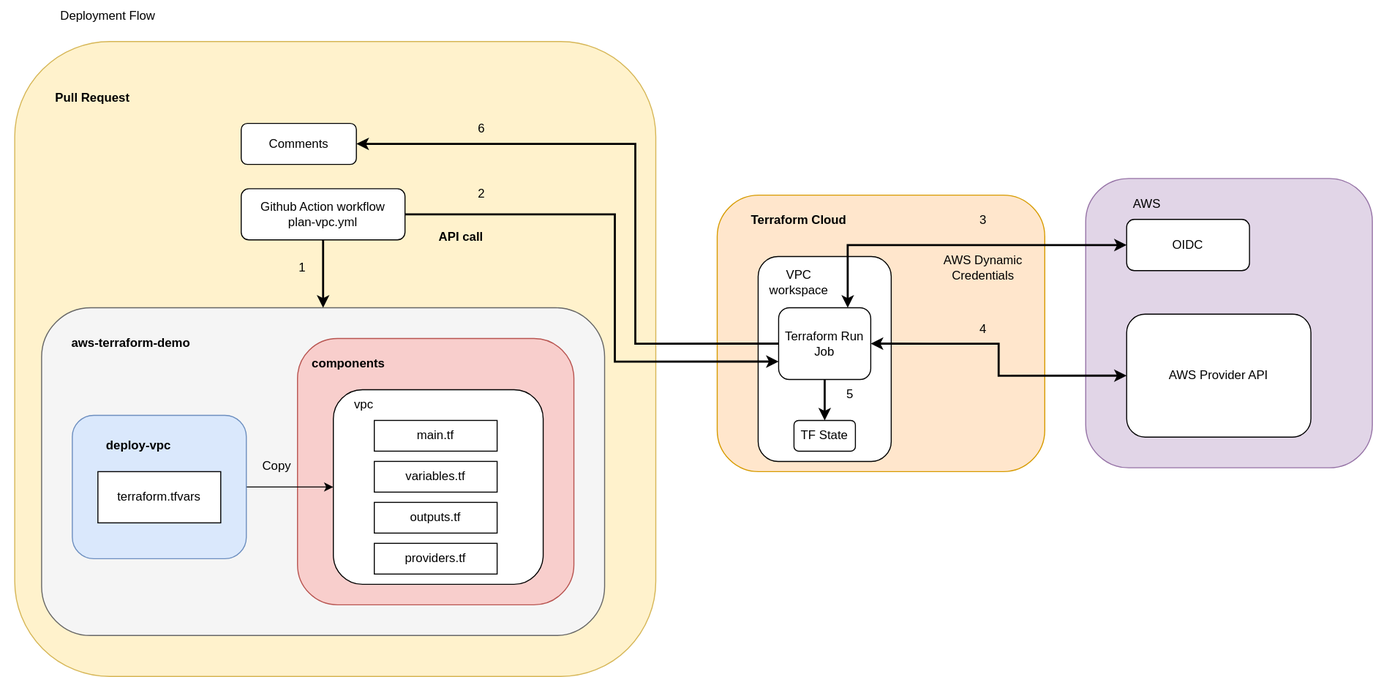
Above: diagrams/deployment_flow.svg in HanYangZhao/aws-terraform-demo (draw.io), before the change. Source tidied: cells renumbered, new cells last; positions are measured from the earlier drawing's top-left corner, leaving out a move shared by most shapes.
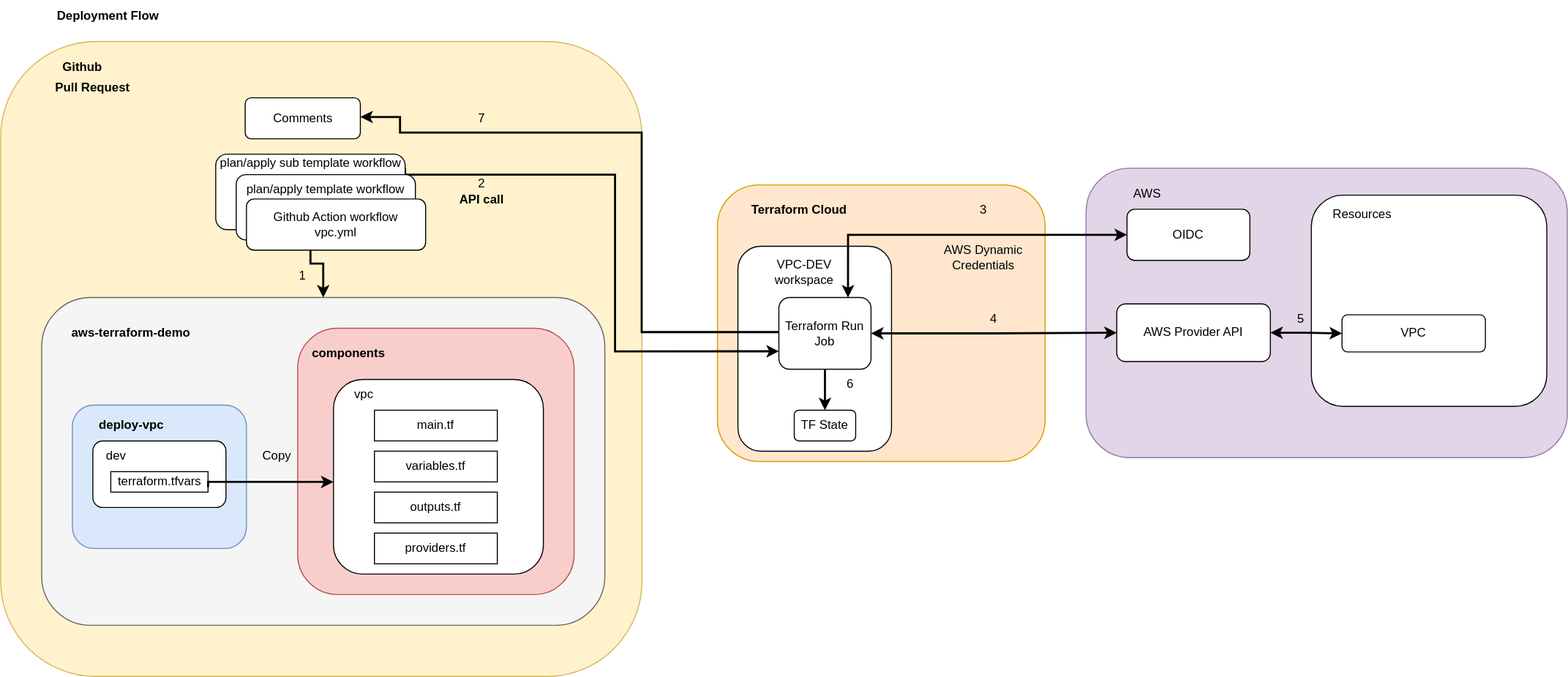
The same file after the commit.

Diff of the diagram source:
```diff
@@ -6,10 +6,10 @@
       <mxGeometry x="700" y="190" width="320" height="270" as="geometry" />
     </mxCell>
     <mxCell id="3" style="rounded=1;whiteSpace=wrap;html=1;fillColor=default;" parent="1" vertex="1">
-      <mxGeometry x="740" y="250" width="130" height="200" as="geometry" />
+      <mxGeometry x="720" y="250" width="150" height="200" as="geometry" />
     </mxCell>
     <mxCell id="4" style="rounded=1;whiteSpace=wrap;html=1;fillColor=#fff2cc;strokeColor=#d6b656;" parent="1" vertex="1">
-      <mxGeometry x="13.8" y="40" width="626.2" height="620" as="geometry" />
+      <mxGeometry y="50" width="626.2" height="620" as="geometry" />
     </mxCell>
     <mxCell id="5" style="rounded=1;whiteSpace=wrap;html=1;fillColor=#f5f5f5;fontColor=#333333;strokeColor=#666666;" parent="1" vertex="1">
       <mxGeometry x="40" y="300" width="550" height="320" as="geometry" />
@@ -17,12 +17,9 @@
     <mxCell id="6" style="rounded=1;whiteSpace=wrap;html=1;fillColor=#f8cecc;strokeColor=#b85450;" parent="1" vertex="1">
       <mxGeometry x="290" y="330" width="270" height="260" as="geometry" />
     </mxCell>
-    <mxCell id="7" value="Deployment Flow" style="text;html=1;strokeColor=none;fillColor=none;align=center;verticalAlign=middle;whiteSpace=wrap;rounded=0;" parent="1" vertex="1">
-      <mxGeometry width="210" height="30" as="geometry" />
+    <mxCell id="7" value="&lt;b&gt;Deployment Flow&lt;/b&gt;" style="text;html=1;strokeColor=none;fillColor=none;align=center;verticalAlign=middle;whiteSpace=wrap;rounded=0;" parent="1" vertex="1">
+      <mxGeometry y="10" width="210" height="30" as="geometry" />
     </mxCell>
-    <mxCell id="8" style="edgeStyle=orthogonalEdgeStyle;rounded=0;jettySize=auto;html=1;exitX=1;exitY=0.5;exitDx=0;exitDy=0;strokeWidth=1;" parent="1" edge="1" source="9" target="10">
-      <mxGeometry relative="1" as="geometry" />
-    </mxCell>
     <mxCell id="9" style="rounded=1;whiteSpace=wrap;html=1;fillColor=#dae8fc;strokeColor=#6c8ebf;" parent="1" vertex="1">
       <mxGeometry x="70" y="405" width="170" height="140" as="geometry" />
     </mxCell>
@@ -30,11 +27,8 @@
       <mxGeometry x="325" y="380" width="205" height="190" as="geometry" />
     </mxCell>
     <mxCell id="11" value="&lt;b&gt;deploy-vpc&lt;/b&gt;" style="text;html=1;strokeColor=none;fillColor=none;align=center;verticalAlign=middle;whiteSpace=wrap;rounded=0;" parent="1" vertex="1">
-      <mxGeometry x="90" y="420" width="90" height="30" as="geometry" />
+      <mxGeometry x="82.5" y="410" width="90" height="30" as="geometry" />
     </mxCell>
-    <mxCell id="12" value="&lt;div&gt;terraform.tfvars&lt;/div&gt;" style="rounded=0;whiteSpace=wrap;html=1;" parent="1" vertex="1">
-      <mxGeometry x="95" y="460" width="120" height="50" as="geometry" />
-    </mxCell>
     <mxCell id="13" style="edgeStyle=orthogonalEdgeStyle;rounded=0;orthogonalLoop=1;jettySize=auto;html=1;exitX=0.5;exitY=1;exitDx=0;exitDy=0;" parent="1" edge="1" source="9" target="9">
       <mxGeometry relative="1" as="geometry" />
     </mxCell>
@@ -65,22 +59,24 @@
     <mxCell id="22" style="edgeStyle=orthogonalEdgeStyle;rounded=0;jettySize=auto;html=1;exitX=0.5;exitY=1;exitDx=0;exitDy=0;strokeWidth=2;" parent="1" edge="1" source="24" target="5">
       <mxGeometry relative="1" as="geometry" />
     </mxCell>
-    <mxCell id="23" style="edgeStyle=orthogonalEdgeStyle;rounded=0;jettySize=auto;html=1;exitX=1;exitY=0.5;exitDx=0;exitDy=0;entryX=0;entryY=0.75;entryDx=0;entryDy=0;strokeWidth=2;" parent="1" edge="1" source="24" target="34">
+    <mxCell id="23" style="edgeStyle=orthogonalEdgeStyle;rounded=0;jettySize=auto;html=1;exitX=0.992;exitY=0.204;exitDx=0;exitDy=0;entryX=0;entryY=0.75;entryDx=0;entryDy=0;strokeWidth=2;exitPerimeter=0;" parent="1" edge="1" source="24" target="34">
       <mxGeometry relative="1" as="geometry">
         <Array as="points">
-          <mxPoint x="600" y="209" />
-          <mxPoint x="600" y="353" />
+          <mxPoint x="395" y="175" />
+          <mxPoint x="395" y="180" />
+          <mxPoint x="600" y="180" />
+          <mxPoint x="600" y="352" />
         </Array>
       </mxGeometry>
     </mxCell>
-    <mxCell id="24" value="&lt;div&gt;Github Action workflow&lt;/div&gt;&lt;div&gt;plan-vpc.yml&lt;br&gt;&lt;/div&gt;" style="rounded=1;whiteSpace=wrap;html=1;" parent="1" vertex="1">
-      <mxGeometry x="235" y="183.8" width="160" height="50" as="geometry" />
+    <mxCell id="24" style="rounded=1;whiteSpace=wrap;html=1;" parent="1" vertex="1">
+      <mxGeometry x="210" y="160" width="185" height="73.8" as="geometry" />
     </mxCell>
     <mxCell id="25" value="&lt;b&gt;Terraform Cloud&lt;/b&gt;" style="text;html=1;strokeColor=none;fillColor=none;align=center;verticalAlign=middle;whiteSpace=wrap;rounded=0;" parent="1" vertex="1">
       <mxGeometry x="730" y="200" width="100" height="30" as="geometry" />
     </mxCell>
     <mxCell id="26" style="rounded=1;whiteSpace=wrap;html=1;fillColor=#e1d5e7;strokeColor=#9673a6;" parent="1" vertex="1">
-      <mxGeometry x="1060" y="173.8" width="280" height="282.5" as="geometry" />
+      <mxGeometry x="1060" y="173.8" width="470" height="282.5" as="geometry" />
     </mxCell>
     <mxCell id="27" value="OIDC" style="rounded=1;whiteSpace=wrap;html=1;" parent="1" vertex="1">
       <mxGeometry x="1100" y="213.8" width="120" height="50" as="geometry" />
@@ -88,8 +84,8 @@
     <mxCell id="28" value="AWS" style="text;html=1;strokeColor=none;fillColor=none;align=center;verticalAlign=middle;whiteSpace=wrap;rounded=0;" parent="1" vertex="1">
       <mxGeometry x="1090" y="183.8" width="60" height="30" as="geometry" />
     </mxCell>
-    <mxCell id="29" value="VPC workspace" style="text;html=1;strokeColor=none;fillColor=none;align=center;verticalAlign=middle;whiteSpace=wrap;rounded=0;" parent="1" vertex="1">
-      <mxGeometry x="750" y="260" width="60" height="30" as="geometry" />
+    <mxCell id="29" value="VPC-DEV workspace" style="text;html=1;strokeColor=none;fillColor=none;align=center;verticalAlign=middle;whiteSpace=wrap;rounded=0;" parent="1" vertex="1">
+      <mxGeometry x="750" y="260" width="70" height="30" as="geometry" />
     </mxCell>
     <mxCell id="30" style="edgeStyle=orthogonalEdgeStyle;rounded=0;jettySize=auto;html=1;exitX=1;exitY=0.5;exitDx=0;exitDy=0;entryX=0;entryY=0.5;entryDx=0;entryDy=0;startArrow=classic;startFill=1;strokeWidth=2;" parent="1" edge="1" source="34" target="37">
       <mxGeometry relative="1" as="geometry" />
@@ -100,11 +96,15 @@
     <mxCell id="32" style="edgeStyle=orthogonalEdgeStyle;rounded=0;jettySize=auto;html=1;exitX=0.75;exitY=0;exitDx=0;exitDy=0;entryX=0;entryY=0.5;entryDx=0;entryDy=0;startArrow=classic;startFill=1;strokeWidth=2;" parent="1" edge="1" source="34" target="27">
       <mxGeometry relative="1" as="geometry" />
     </mxCell>
-    <mxCell id="33" style="edgeStyle=orthogonalEdgeStyle;rounded=0;jettySize=auto;html=1;exitX=0;exitY=0.5;exitDx=0;exitDy=0;entryX=1;entryY=0.5;entryDx=0;entryDy=0;strokeWidth=2;" parent="1" edge="1" source="34" target="39">
+    <mxCell id="33" style="edgeStyle=orthogonalEdgeStyle;rounded=0;orthogonalLoop=1;jettySize=auto;html=1;exitX=0;exitY=0.5;exitDx=0;exitDy=0;entryX=1;entryY=0.5;entryDx=0;entryDy=0;strokeWidth=2;" parent="1" edge="1">
       <mxGeometry relative="1" as="geometry">
+        <mxPoint x="766.2" y="333.7" as="sourcePoint" />
+        <mxPoint x="351.2" y="123.7" as="targetPoint" />
         <Array as="points">
-          <mxPoint x="620" y="335" />
-          <mxPoint x="620" y="140" />
+          <mxPoint x="626" y="334" />
+          <mxPoint x="626" y="139" />
+          <mxPoint x="390" y="139" />
+          <mxPoint x="390" y="124" />
         </Array>
       </mxGeometry>
     </mxCell>
@@ -112,22 +112,22 @@
       <mxGeometry x="760" y="300" width="90" height="70" as="geometry" />
     </mxCell>
     <mxCell id="35" value="&lt;b&gt;API call&lt;/b&gt;" style="text;html=1;strokeColor=none;fillColor=none;align=center;verticalAlign=middle;whiteSpace=wrap;rounded=0;" parent="1" vertex="1">
-      <mxGeometry x="420" y="216.2" width="60" height="30" as="geometry" />
+      <mxGeometry x="440" y="190" width="60" height="30" as="geometry" />
     </mxCell>
     <mxCell id="36" value="Copy" style="text;html=1;strokeColor=none;fillColor=none;align=center;verticalAlign=middle;whiteSpace=wrap;rounded=0;" parent="1" vertex="1">
       <mxGeometry x="240" y="440" width="60" height="30" as="geometry" />
     </mxCell>
     <mxCell id="37" value="AWS Provider API" style="rounded=1;whiteSpace=wrap;html=1;" parent="1" vertex="1">
-      <mxGeometry x="1100" y="306.2" width="180" height="120" as="geometry" />
+      <mxGeometry x="1090" y="306.2" width="150" height="56.2" as="geometry" />
     </mxCell>
     <mxCell id="38" value="TF State" style="rounded=1;whiteSpace=wrap;html=1;" parent="1" vertex="1">
       <mxGeometry x="775" y="410" width="60" height="30" as="geometry" />
     </mxCell>
     <mxCell id="39" value="Comments" style="rounded=1;whiteSpace=wrap;html=1;" parent="1" vertex="1">
-      <mxGeometry x="235" y="120" width="112.5" height="40" as="geometry" />
+      <mxGeometry x="238.8" y="105" width="112.5" height="40" as="geometry" />
     </mxCell>
     <mxCell id="40" value="1" style="text;html=1;strokeColor=none;fillColor=none;align=center;verticalAlign=middle;whiteSpace=wrap;rounded=0;" parent="1" vertex="1">
-      <mxGeometry x="265" y="246.2" width="60" height="30" as="geometry" />
+      <mxGeometry x="265" y="263.8" width="60" height="30" as="geometry" />
     </mxCell>
     <mxCell id="41" value="2" style="text;html=1;strokeColor=none;fillColor=none;align=center;verticalAlign=middle;whiteSpace=wrap;rounded=0;" parent="1" vertex="1">
       <mxGeometry x="440" y="173.8" width="60" height="30" as="geometry" />
@@ -136,16 +136,62 @@
       <mxGeometry x="930" y="200" width="60" height="30" as="geometry" />
     </mxCell>
     <mxCell id="43" value="4" style="text;html=1;strokeColor=none;fillColor=none;align=center;verticalAlign=middle;whiteSpace=wrap;rounded=0;" parent="1" vertex="1">
-      <mxGeometry x="930" y="306.2" width="60" height="30" as="geometry" />
+      <mxGeometry x="940" y="306.2" width="60" height="30" as="geometry" />
     </mxCell>
-    <mxCell id="44" value="5" style="text;html=1;strokeColor=none;fillColor=none;align=center;verticalAlign=middle;whiteSpace=wrap;rounded=0;" parent="1" vertex="1">
+    <mxCell id="44" value="6" style="text;html=1;strokeColor=none;fillColor=none;align=center;verticalAlign=middle;whiteSpace=wrap;rounded=0;" parent="1" vertex="1">
       <mxGeometry x="800" y="370" width="60" height="30" as="geometry" />
     </mxCell>
-    <mxCell id="45" value="6" style="text;html=1;strokeColor=none;fillColor=none;align=center;verticalAlign=middle;whiteSpace=wrap;rounded=0;" parent="1" vertex="1">
+    <mxCell id="45" value="7" style="text;html=1;strokeColor=none;fillColor=none;align=center;verticalAlign=middle;whiteSpace=wrap;rounded=0;" parent="1" vertex="1">
       <mxGeometry x="440" y="110" width="60" height="30" as="geometry" />
     </mxCell>
     <mxCell id="46" value="AWS Dynamic Credentials" style="text;html=1;strokeColor=none;fillColor=none;align=center;verticalAlign=middle;whiteSpace=wrap;rounded=0;" parent="1" vertex="1">
       <mxGeometry x="905" y="246.2" width="110" height="30" as="geometry" />
     </mxCell>
+    <mxCell id="47" value="&lt;div&gt;&lt;br&gt;&lt;/div&gt;&lt;div&gt;&lt;br&gt;&lt;/div&gt;" style="rounded=1;whiteSpace=wrap;html=1;" parent="1" vertex="1">
+      <mxGeometry x="230" y="180" width="175" height="63.8" as="geometry" />
+    </mxCell>
+    <mxCell id="48" value="&lt;div&gt;Github Action workflow&lt;/div&gt;&lt;div&gt;vpc.yml&lt;br&gt;&lt;/div&gt;" style="rounded=1;whiteSpace=wrap;html=1;" parent="1" vertex="1">
+      <mxGeometry x="240" y="203.8" width="175" height="50" as="geometry" />
+    </mxCell>
+    <mxCell id="49" value="plan/apply template workflow" style="text;html=1;strokeColor=none;fillColor=none;align=center;verticalAlign=middle;whiteSpace=wrap;rounded=0;" parent="1" vertex="1">
+      <mxGeometry x="235" y="180" width="165" height="30" as="geometry" />
+    </mxCell>
+    <mxCell id="50" value="plan/apply sub template workflow" style="text;html=1;strokeColor=none;fillColor=none;align=center;verticalAlign=middle;whiteSpace=wrap;rounded=0;" parent="1" vertex="1">
+      <mxGeometry x="207.5" y="153.8" width="190" height="30" as="geometry" />
+    </mxCell>
+    <mxCell id="51" value="&lt;b&gt;Github&lt;/b&gt;" style="text;html=1;strokeColor=none;fillColor=none;align=center;verticalAlign=middle;whiteSpace=wrap;rounded=0;" parent="1" vertex="1">
+      <mxGeometry x="50" y="60" width="60" height="30" as="geometry" />
+    </mxCell>
+    <mxCell id="52" style="rounded=1;whiteSpace=wrap;html=1;" parent="1" vertex="1">
+      <mxGeometry x="90" y="440" width="130" height="65" as="geometry" />
+    </mxCell>
+    <mxCell id="12" value="&lt;div&gt;terraform.tfvars&lt;/div&gt;" style="rounded=0;whiteSpace=wrap;html=1;" parent="1" vertex="1">
+      <mxGeometry x="107.5" y="470" width="95" height="20" as="geometry" />
+    </mxCell>
+    <mxCell id="53" value="dev" style="text;html=1;strokeColor=none;fillColor=none;align=center;verticalAlign=middle;whiteSpace=wrap;rounded=0;" parent="1" vertex="1">
+      <mxGeometry x="82.5" y="440" width="60" height="30" as="geometry" />
+    </mxCell>
+    <mxCell id="54" style="rounded=1;whiteSpace=wrap;html=1;" parent="1" vertex="1">
+      <mxGeometry x="1280" y="200" width="230" height="206.2" as="geometry" />
+    </mxCell>
+    <mxCell id="55" value="Resources" style="text;html=1;strokeColor=none;fillColor=none;align=center;verticalAlign=middle;whiteSpace=wrap;rounded=0;" parent="1" vertex="1">
+      <mxGeometry x="1300" y="203.8" width="60" height="30" as="geometry" />
+    </mxCell>
+    <mxCell id="56" value="VPC" style="rounded=1;whiteSpace=wrap;html=1;" parent="1" vertex="1">
+      <mxGeometry x="1310" y="316.9" width="140" height="36.2" as="geometry" />
+    </mxCell>
+    <mxCell id="57" style="edgeStyle=orthogonalEdgeStyle;rounded=0;jettySize=auto;html=1;exitX=1;exitY=0.5;exitDx=0;exitDy=0;entryX=0;entryY=0.5;entryDx=0;entryDy=0;strokeWidth=2;startArrow=classic;startFill=1;" parent="1" edge="1" source="37" target="56">
+      <mxGeometry relative="1" as="geometry" />
+    </mxCell>
+    <mxCell id="58" value="5" style="text;html=1;strokeColor=none;fillColor=none;align=center;verticalAlign=middle;whiteSpace=wrap;rounded=0;" parent="1" vertex="1">
+      <mxGeometry x="1240" y="306.2" width="60" height="30" as="geometry" />
+    </mxCell>
+    <mxCell id="8" style="edgeStyle=orthogonalEdgeStyle;rounded=0;jettySize=auto;html=1;exitX=1;exitY=0.75;exitDx=0;exitDy=0;strokeWidth=2;" parent="1" edge="1" source="12" target="10">
+      <mxGeometry relative="1" as="geometry">
+        <Array as="points">
+          <mxPoint x="202" y="480" />
+        </Array>
+      </mxGeometry>
+    </mxCell>
   </root>
 </mxGraphModel>
```
